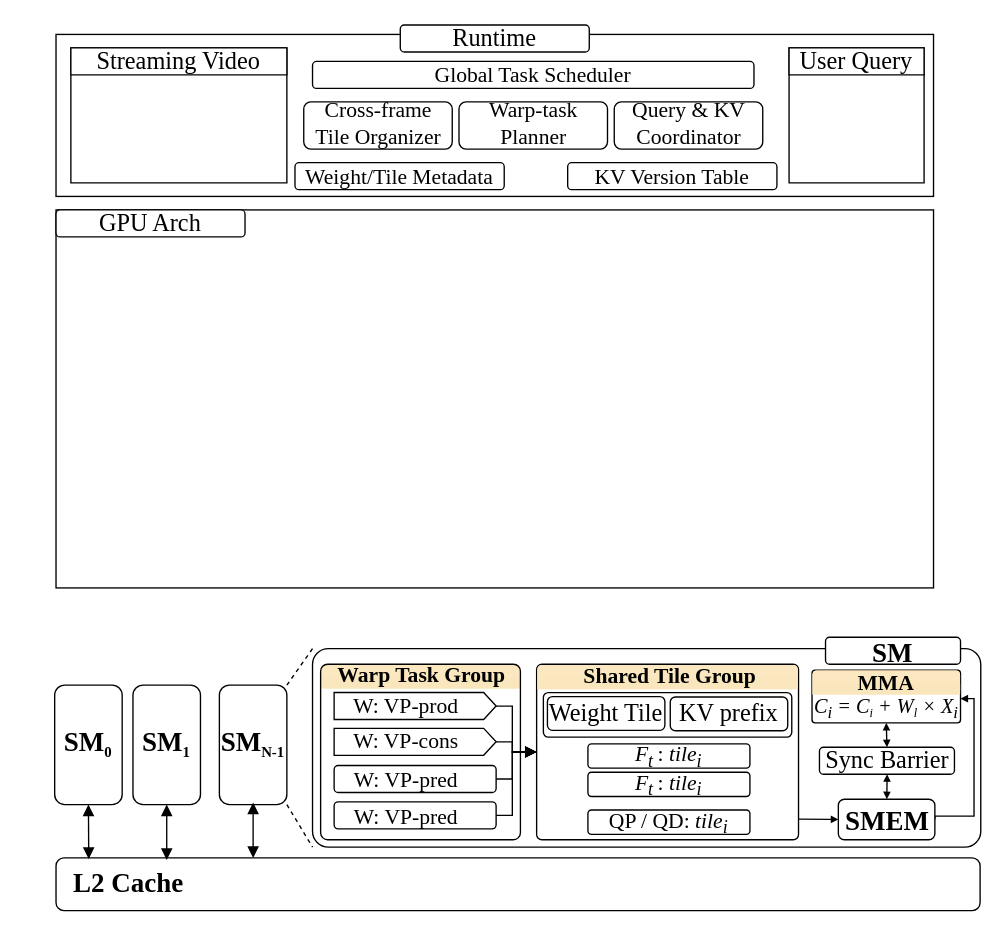
icszhr/CHORD keeps this draw.io diagram as system_overview.drawio. Above is the earlier version. Source tidied: cells renumbered, new cells numbered last; positions are measured from the earlier drawing's top-left corner, leaving out a move shared by most shapes. Both pictures are drawn from the tidied source at 135%, with x=0, y=0 at pixel (54, 24).
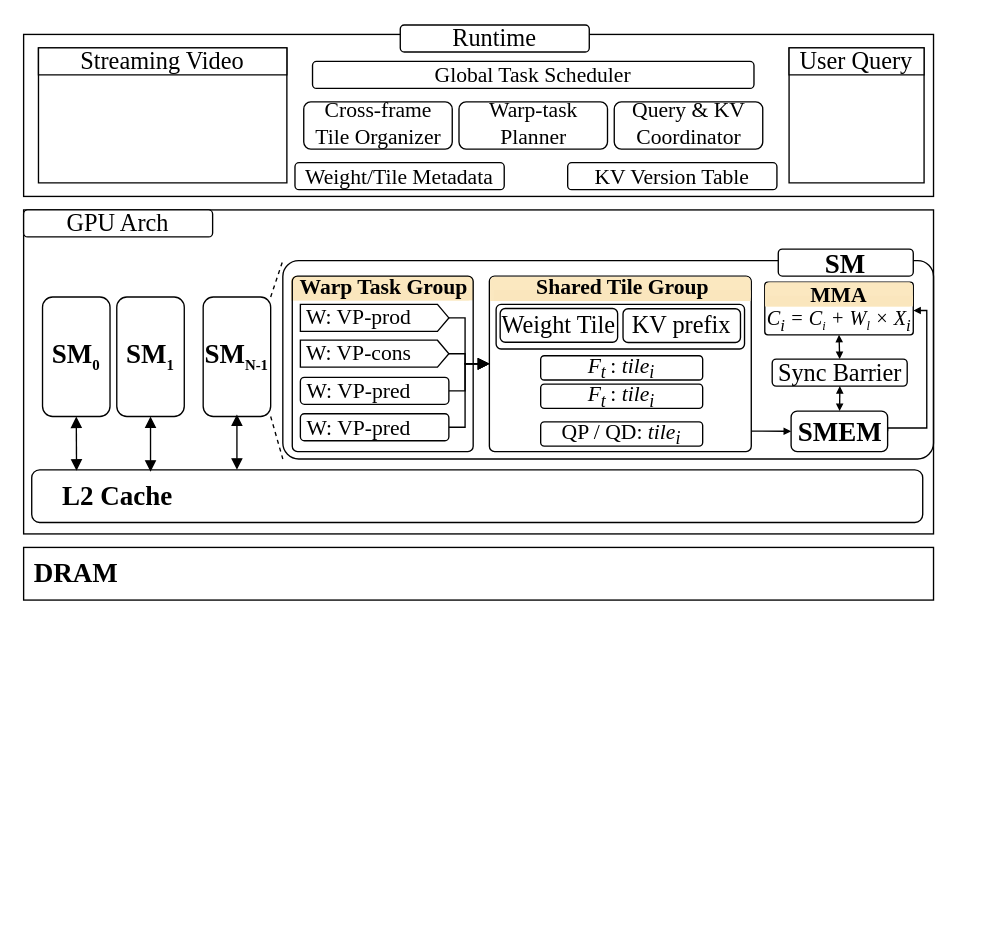
Above is the later version.

The edit, as a diff of the source:
```diff
@@
+    <mxCell id="20" style="rounded=0;whiteSpace=wrap;html=1;" parent="1" vertex="1">
+      <mxGeometry x="-23" y="137" width="674" height="240" as="geometry" />
+    </mxCell>
     <mxCell id="2" style="rounded=1;whiteSpace=wrap;html=1;roundedPerimeter=1;arcSize=8;fillColor=none;" parent="1" vertex="1">
-      <mxGeometry x="191" y="462" width="495" height="147" as="geometry" />
+      <mxGeometry x="169" y="174.5" width="482" height="147" as="geometry" />
     </mxCell>
@@
     <mxCell id="4" style="rounded=1;whiteSpace=wrap;html=1;roundedPerimeter=1;arcSize=3;fillColor=none;" parent="1" vertex="1">
-      <mxGeometry x="357" y="473.5" width="194" height="130" as="geometry" />
+      <mxGeometry x="322" y="186" width="194" height="130" as="geometry" />
     </mxCell>
     <mxCell id="5" style="group;" parent="1" vertex="1">
-      <mxGeometry x="197" y="473.5" width="148" height="18" as="geometry" />
+      <mxGeometry x="175" y="186" width="135" height="18" as="geometry" />
     </mxCell>
     <mxCell id="6" style="verticalLabelPosition=bottom;verticalAlign=top;html=1;shape=mxgraph.basic.three_corner_round_rect;dx=1.67;whiteSpace=wrap;labelPerimeter=1;fillColor=light-dark(#fbe8c0, #ededed);strokeColor=none;" parent="5" vertex="1">
-      <mxGeometry width="148" height="18" as="geometry" />
+      <mxGeometry width="135" height="18" as="geometry" />
     </mxCell>
     <mxCell id="7" style="rounded=0;whiteSpace=wrap;html=1;strokeColor=none;fillColor=light-dark(#fae6bd, #ededed);" parent="5" vertex="1">
-      <mxGeometry x="2.2" y="10" width="145.8" height="8" as="geometry" />
+      <mxGeometry x="2" y="10" width="133" height="8" as="geometry" />
     </mxCell>
-    <mxCell id="8" style="rounded=1;whiteSpace=wrap;html=1;roundedPerimeter=1;arcSize=4;fillColor=none;" parent="1" vertex="1">
-      <mxGeometry x="197" y="473.5" width="148" height="130" as="geometry" />
+    <mxCell id="8" style="rounded=1;whiteSpace=wrap;html=1;roundedPerimeter=1;arcSize=3;fillColor=none;" parent="1" vertex="1">
+      <mxGeometry x="176" y="186" width="134" height="130" as="geometry" />
     </mxCell>
     <mxCell id="9" style="rounded=1;whiteSpace=wrap;html=1;roundedPerimeter=1;arcSize=11;fillColor=none;" parent="1" vertex="1">
-      <mxGeometry x="362" y="494.5" width="184" height="33" as="geometry" />
+      <mxGeometry x="327" y="207" width="184" height="33" as="geometry" />
     </mxCell>
     <mxCell id="10" style="group;" parent="1" vertex="1">
-      <mxGeometry x="357.5" y="474" width="193" height="18" as="geometry" />
+      <mxGeometry x="322.5" y="186.5" width="193" height="18" as="geometry" />
     </mxCell>
@@
     <mxCell id="13" style="rounded=0;whiteSpace=wrap;html=1;" parent="1" vertex="1">
-      <mxGeometry x="1" y="7" width="650" height="120" as="geometry" />
+      <mxGeometry x="-23" y="7" width="674" height="120" as="geometry" />
     </mxCell>
@@
-    <mxCell id="20" style="rounded=0;whiteSpace=wrap;html=1;" parent="1" vertex="1">
-      <mxGeometry x="1" y="137" width="650" height="280" as="geometry" />
-    </mxCell>
     <mxCell id="21" value="SM&lt;sub&gt;&lt;font style=&quot;font-size: 11px;&quot;&gt;0&lt;/font&gt;&lt;/sub&gt;" style="rounded=1;whiteSpace=wrap;html=1;roundedPerimeter=1;fontFamily=Times New Roman;fontSize=20;fontStyle=1;" parent="1" vertex="1">
-      <mxGeometry y="489" width="50" height="88.5" as="geometry" />
+      <mxGeometry x="-9" y="201.5" width="50" height="88.5" as="geometry" />
     </mxCell>
     <mxCell id="22" value="SM&lt;sub&gt;&lt;font style=&quot;font-size: 11px;&quot;&gt;1&lt;/font&gt;&lt;/sub&gt;" style="rounded=1;whiteSpace=wrap;html=1;roundedPerimeter=1;fontFamily=Times New Roman;fontSize=20;fontStyle=1;" parent="1" vertex="1">
-      <mxGeometry x="58" y="489" width="50" height="88.5" as="geometry" />
+      <mxGeometry x="46" y="201.5" width="50" height="88.5" as="geometry" />
     </mxCell>
@@
     <mxCell id="25" value="SM&lt;sub&gt;&lt;font style=&quot;font-size: 11px;&quot;&gt;N-1&lt;/font&gt;&lt;/sub&gt;" style="rounded=1;whiteSpace=wrap;html=1;roundedPerimeter=1;fontFamily=Times New Roman;fontSize=20;fontStyle=1;" parent="1" vertex="1">
-      <mxGeometry x="122" y="489" width="50" height="88.5" as="geometry" />
+      <mxGeometry x="110" y="201.5" width="50" height="88.5" as="geometry" />
     </mxCell>
     <mxCell id="26" style="rounded=1;whiteSpace=wrap;html=1;roundedPerimeter=1;" parent="1" vertex="1">
-      <mxGeometry x="1" y="617" width="684.5" height="39" as="geometry" />
+      <mxGeometry x="-17" y="329.5" width="660" height="39" as="geometry" />
     </mxCell>
     <mxCell id="27" style="edgeStyle=orthogonalEdgeStyle;rounded=0;jettySize=auto;html=1;exitX=0.5;exitY=1;exitDx=0;exitDy=0;defaultLabelBackgroundColor=page;labelPadding=0 4;entryX=0;entryY=0.5;entryDx=0;entryDy=0;endArrow=block;endFill=1;" parent="1" edge="1" source="28" target="4">
       <mxGeometry relative="1" as="geometry">
         <Array as="points">
-          <mxPoint x="339" y="504.5" />
-          <mxPoint x="339" y="538.5" />
+          <mxPoint x="304" y="217" />
+          <mxPoint x="304" y="251" />
         </Array>
       </mxGeometry>
     </mxCell>
     <mxCell id="28" style="shape=offPageConnector;whiteSpace=wrap;html=1;rotation=-90;size=0.07692307692307693;" parent="1" vertex="1">
-      <mxGeometry x="257" y="444.5" width="20" height="120" as="geometry" />
+      <mxGeometry x="227" y="162" width="20" height="110" as="geometry" />
     </mxCell>
     <mxCell id="29" value="&lt;div&gt;&lt;sub&gt;&lt;font face=&quot;Times New Roman&quot; style=&quot;font-size: 18px;&quot;&gt;Weight Tile&lt;/font&gt;&lt;/sub&gt;&lt;/div&gt;" style="rounded=1;whiteSpace=wrap;html=1;roundedPerimeter=1;" parent="1" vertex="1">
-      <mxGeometry x="365" y="497.5" width="87" height="25" as="geometry" />
+      <mxGeometry x="330" y="210" width="87" height="25" as="geometry" />
     </mxCell>
     <mxCell id="30" value="&lt;font face=&quot;Times New Roman&quot; style=&quot;font-size: 18px;&quot;&gt;KV prefix&lt;/font&gt;" style="rounded=1;whiteSpace=wrap;html=1;roundedPerimeter=1;" parent="1" vertex="1">
-      <mxGeometry x="456" y="497.8" width="87" height="25" as="geometry" />
+      <mxGeometry x="421" y="210.2" width="87" height="25" as="geometry" />
     </mxCell>
     <mxCell id="31" value="&lt;font style=&quot;font-size: 18px;&quot; face=&quot;Times New Roman&quot;&gt;Sync Barrier&lt;/font&gt;" style="rounded=1;whiteSpace=wrap;html=1;roundedPerimeter=1;" parent="1" vertex="1">
-      <mxGeometry x="566.5" y="535" width="100" height="20" as="geometry" />
+      <mxGeometry x="531.5" y="247.5" width="100" height="20" as="geometry" />
     </mxCell>
     <mxCell id="32" value="F&lt;sub&gt;t&amp;nbsp;&lt;/sub&gt;&lt;span style=&quot;font-style: normal;&quot;&gt;: &lt;/span&gt;tile&lt;sub&gt;i&lt;/sub&gt;" style="rounded=1;whiteSpace=wrap;html=1;roundedPerimeter=1;fontFamily=Times New Roman;fontSize=16;fontStyle=2;" parent="1" vertex="1">
-      <mxGeometry x="395" y="532.5" width="120" height="18" as="geometry" />
+      <mxGeometry x="360" y="245" width="120" height="18" as="geometry" />
     </mxCell>
     <mxCell id="33" style="edgeStyle=orthogonalEdgeStyle;rounded=0;jettySize=auto;html=1;exitX=1;exitY=0.5;exitDx=0;exitDy=0;entryX=0;entryY=0.5;entryDx=0;entryDy=0;defaultLabelBackgroundColor=page;labelPadding=0 4;endArrow=block;endFill=1;" parent="1" edge="1" source="34" target="4">
       <mxGeometry relative="1" as="geometry">
         <Array as="points">
-          <mxPoint x="339" y="558.5" />
-          <mxPoint x="339" y="538.5" />
+          <mxPoint x="304" y="271" />
+          <mxPoint x="304" y="251" />
         </Array>
       </mxGeometry>
     </mxCell>
     <mxCell id="34" style="rounded=1;whiteSpace=wrap;html=1;roundedPerimeter=1;" parent="1" vertex="1">
-      <mxGeometry x="207" y="548.5" width="120" height="20" as="geometry" />
+      <mxGeometry x="182" y="261" width="110" height="20" as="geometry" />
     </mxCell>
@@
     <mxCell id="36" style="edgeStyle=orthogonalEdgeStyle;rounded=0;jettySize=auto;html=1;defaultLabelBackgroundColor=page;labelPadding=0 4;entryX=1;entryY=0.5;entryDx=0;entryDy=0;exitX=1;exitY=0.5;exitDx=0;exitDy=0;endSize=3;endArrow=block;endFill=1;" parent="1" edge="1" source="37" target="60">
       <mxGeometry relative="1" as="geometry">
         <Array as="points">
-          <mxPoint x="652" y="586" />
-          <mxPoint x="681" y="586" />
-          <mxPoint x="681" y="499" />
+          <mxPoint x="617" y="298.5" />
+          <mxPoint x="646" y="298.5" />
+          <mxPoint x="646" y="211.5" />
         </Array>
       </mxGeometry>
     </mxCell>
     <mxCell id="37" value="&lt;font style=&quot;font-size: 20px;&quot; face=&quot;Times New Roman&quot;&gt;&lt;b style=&quot;&quot;&gt;SMEM&lt;/b&gt;&lt;/font&gt;" style="rounded=1;whiteSpace=wrap;html=1;roundedPerimeter=1;" parent="1" vertex="1">
-      <mxGeometry x="580.5" y="573.5" width="71.5" height="30" as="geometry" />
+      <mxGeometry x="545.5" y="286" width="71.5" height="30" as="geometry" />
     </mxCell>
     <mxCell id="38" style="rounded=1;whiteSpace=wrap;html=1;roundedPerimeter=1;arcSize=6;" parent="1" vertex="1">
-      <mxGeometry x="561" y="478" width="110" height="39" as="geometry" />
+      <mxGeometry x="526" y="190.5" width="110" height="39" as="geometry" />
     </mxCell>
     <mxCell id="39" style="verticalLabelPosition=bottom;verticalAlign=top;html=1;shape=mxgraph.basic.rect;fillColor2=none;strokeWidth=1;size=20;indent=5;labelPerimeter=1;" parent="1" vertex="1">
-      <mxGeometry x="12" y="17" width="160" height="100" as="geometry" />
+      <mxGeometry x="-12" y="17" width="184" height="100" as="geometry" />
     </mxCell>
     <mxCell id="40" style="verticalLabelPosition=bottom;verticalAlign=top;html=1;shape=mxgraph.basic.rect;fillColor2=none;strokeWidth=1;size=20;indent=5;labelPerimeter=1;" parent="1" vertex="1">
-      <mxGeometry x="12" y="17" width="160" height="20" as="geometry" />
+      <mxGeometry x="-12" y="17" width="184" height="20" as="geometry" />
     </mxCell>
     <mxCell id="41" value="Streaming Video" style="text;html=1;whiteSpace=wrap;strokeColor=none;fillColor=none;align=center;verticalAlign=middle;rounded=0;fontSize=18;fontFamily=Times New Roman;" parent="1" vertex="1">
-      <mxGeometry x="27" y="17" width="130" height="20" as="geometry" />
+      <mxGeometry x="15" y="17" width="130" height="20" as="geometry" />
     </mxCell>
@@
     <mxCell id="46" value="&lt;span style=&quot;font-size: 18px;&quot;&gt;GPU Arch&lt;/span&gt;" style="rounded=1;whiteSpace=wrap;html=1;roundedPerimeter=1;fontSize=16;fontFamily=Times New Roman;" parent="1" vertex="1">
-      <mxGeometry x="1" y="137" width="140" height="20" as="geometry" />
+      <mxGeometry x="-23" y="137" width="140" height="20" as="geometry" />
     </mxCell>
     <mxCell id="47" value="&lt;b style=&quot;&quot;&gt;&lt;font style=&quot;font-size: 20px;&quot;&gt;SM&lt;/font&gt;&lt;/b&gt;" style="rounded=1;whiteSpace=wrap;html=1;roundedPerimeter=1;fontSize=16;fontFamily=Times New Roman;" parent="1" vertex="1">
-      <mxGeometry x="571" y="453.5" width="100" height="20" as="geometry" />
+      <mxGeometry x="536" y="166" width="100" height="20" as="geometry" />
     </mxCell>
     <mxCell id="48" value="&lt;sub&gt;&lt;span style=&quot;font-size: 16px;&quot;&gt;W: VP-prod&lt;/span&gt;&lt;/sub&gt;" style="text;html=1;whiteSpace=wrap;strokeColor=none;fillColor=none;align=center;verticalAlign=middle;rounded=0;fontFamily=Times New Roman;fontSize=16;" parent="1" vertex="1">
-      <mxGeometry x="219" y="491.5" width="83" height="20" as="geometry" />
+      <mxGeometry x="184" y="204" width="83" height="20" as="geometry" />
     </mxCell>
     <mxCell id="49" style="edgeStyle=orthogonalEdgeStyle;rounded=0;jettySize=auto;html=1;exitX=0.5;exitY=1;exitDx=0;exitDy=0;entryX=0;entryY=0.5;entryDx=0;entryDy=0;defaultLabelBackgroundColor=page;labelPadding=0 4;endArrow=block;endFill=1;" parent="1" edge="1" source="50" target="4">
       <mxGeometry x="0.01" relative="1" as="geometry">
         <Array as="points">
-          <mxPoint x="339" y="531" />
-          <mxPoint x="339" y="538.5" />
+          <mxPoint x="304" y="243.5" />
+          <mxPoint x="304" y="251" />
         </Array>
       </mxGeometry>
     </mxCell>
     <mxCell id="50" style="shape=offPageConnector;whiteSpace=wrap;html=1;rotation=-90;size=0.07692307692307693;" parent="1" vertex="1">
-      <mxGeometry x="257" y="471" width="20" height="120" as="geometry" />
+      <mxGeometry x="227" y="188.5" width="20" height="110" as="geometry" />
     </mxCell>
     <mxCell id="51" value="&lt;sub&gt;&lt;span style=&quot;font-size: 16px;&quot;&gt;W: VP-cons&lt;/span&gt;&lt;/sub&gt;" style="text;html=1;whiteSpace=wrap;strokeColor=none;fillColor=none;align=center;verticalAlign=middle;rounded=0;fontFamily=Times New Roman;fontSize=16;" parent="1" vertex="1">
-      <mxGeometry x="219" y="518" width="83" height="20" as="geometry" />
+      <mxGeometry x="184" y="230.5" width="83" height="20" as="geometry" />
     </mxCell>
     <mxCell id="52" value="&lt;sub&gt;&lt;span style=&quot;font-size: 16px;&quot;&gt;W: VP-pred&lt;/span&gt;&lt;/sub&gt;" style="text;html=1;whiteSpace=wrap;strokeColor=none;fillColor=none;align=center;verticalAlign=middle;rounded=0;fontFamily=Times New Roman;fontSize=16;" parent="1" vertex="1">
-      <mxGeometry x="219" y="546.5" width="83" height="20" as="geometry" />
+      <mxGeometry x="184" y="259" width="83" height="20" as="geometry" />
     </mxCell>
     <mxCell id="53" value="F&lt;sub&gt;t&lt;span style=&quot;font-style: normal;&quot;&gt;&amp;nbsp;&lt;/span&gt;&lt;/sub&gt;&lt;span style=&quot;font-style: normal;&quot;&gt;: &lt;/span&gt;tile&lt;sub&gt;i&lt;/sub&gt;" style="rounded=1;whiteSpace=wrap;html=1;roundedPerimeter=1;fontFamily=Times New Roman;fontSize=16;fontStyle=2;" parent="1" vertex="1">
-      <mxGeometry x="395" y="553.5" width="120" height="18" as="geometry" />
+      <mxGeometry x="360" y="266" width="120" height="18" as="geometry" />
     </mxCell>
     <mxCell id="54" value="&lt;span style=&quot;font-style: normal;&quot;&gt;QP / QD:&lt;/span&gt; tile&lt;sub&gt;i&lt;/sub&gt;" style="rounded=1;whiteSpace=wrap;html=1;roundedPerimeter=1;fontFamily=Times New Roman;fontSize=16;fontStyle=2;" parent="1" vertex="1">
-      <mxGeometry x="395" y="581.5" width="120" height="18" as="geometry" />
+      <mxGeometry x="360" y="294" width="120" height="18" as="geometry" />
     </mxCell>
     <mxCell id="55" style="edgeStyle=orthogonalEdgeStyle;rounded=0;jettySize=auto;html=1;exitX=1;exitY=0.5;exitDx=0;exitDy=0;entryX=0;entryY=0.5;entryDx=0;entryDy=0;defaultLabelBackgroundColor=page;labelPadding=0 4;endArrow=block;endFill=1;" parent="1" edge="1" source="56" target="4">
       <mxGeometry x="0.01" relative="1" as="geometry">
         <Array as="points">
-          <mxPoint x="339" y="585.5" />
-          <mxPoint x="339" y="538.5" />
+          <mxPoint x="304" y="298" />
+          <mxPoint x="304" y="251" />
         </Array>
       </mxGeometry>
     </mxCell>
     <mxCell id="56" style="rounded=1;whiteSpace=wrap;html=1;roundedPerimeter=1;" parent="1" vertex="1">
-      <mxGeometry x="207" y="575.5" width="120" height="20" as="geometry" />
+      <mxGeometry x="182" y="288" width="110" height="20" as="geometry" />
     </mxCell>
     <mxCell id="57" value="&lt;sub&gt;&lt;span style=&quot;font-size: 16px;&quot;&gt;W: VP-pred&lt;/span&gt;&lt;/sub&gt;" style="text;html=1;whiteSpace=wrap;strokeColor=none;fillColor=none;align=center;verticalAlign=middle;rounded=0;fontFamily=Times New Roman;fontSize=16;" parent="1" vertex="1">
-      <mxGeometry x="219" y="573.5" width="83" height="20" as="geometry" />
+      <mxGeometry x="184" y="286" width="83" height="20" as="geometry" />
     </mxCell>
     <mxCell id="58" value="&lt;sub&gt;&lt;span style=&quot;font-size: 16px;&quot;&gt;Warp Task Group&lt;/span&gt;&lt;/sub&gt;" style="text;html=1;whiteSpace=wrap;strokeColor=none;fillColor=none;align=center;verticalAlign=middle;rounded=0;fontFamily=Times New Roman;fontSize=16;fontStyle=1;" parent="1" vertex="1">
-      <mxGeometry x="207" y="469" width="130" height="20" as="geometry" />
+      <mxGeometry x="179" y="181.5" width="130" height="20" as="geometry" />
     </mxCell>
     <mxCell id="59" value="&lt;sub&gt;&lt;span style=&quot;font-size: 16px;&quot;&gt;Shared Tile Group&lt;/span&gt;&lt;/sub&gt;" style="text;html=1;whiteSpace=wrap;strokeColor=none;fillColor=none;align=center;verticalAlign=middle;rounded=0;fontFamily=Times New Roman;fontSize=16;fontStyle=1;" parent="1" vertex="1">
-      <mxGeometry x="391" y="469.5" width="130" height="20" as="geometry" />
+      <mxGeometry x="356" y="182" width="130" height="20" as="geometry" />
     </mxCell>
     <mxCell id="60" value="&lt;i&gt;&lt;span style=&quot;forced-color-adjust: none; color: rgb(0, 0, 0); font-size: 15px; font-variant-ligatures: normal; font-variant-caps: normal; font-weight: 400; letter-spacing: normal; orphans: 2; text-align: center; text-indent: 0px; text-transform: none; widows: 2; word-spacing: 0px; -webkit-text-stroke-width: 0px; white-space: normal; text-decoration-thickness: initial; text-decoration-style: initial; text-decoration-color: initial;&quot;&gt;C&lt;sub style=&quot;&quot;&gt;i&lt;/sub&gt;&lt;/span&gt;&lt;span style=&quot;font-size: 15px; text-align: center;&quot;&gt;&amp;nbsp;=&amp;nbsp;&lt;/span&gt;&lt;span style=&quot;font-size: 15px; text-align: center;&quot;&gt;C&lt;/span&gt;&lt;sub style=&quot;text-align: center;&quot;&gt;i&lt;/sub&gt;&lt;span style=&quot;font-size: 15px; text-align: center;&quot;&gt;&amp;nbsp;+ W&lt;/span&gt;&lt;span style=&quot;text-align: center;&quot;&gt;&lt;sub&gt;l&lt;/sub&gt;&lt;/span&gt;&lt;span style=&quot;font-size: 15px; text-align: center;&quot;&gt;&amp;nbsp;× X&lt;sub&gt;i&lt;/sub&gt;&lt;/span&gt;&lt;/i&gt;" style="text;whiteSpace=wrap;html=1;fontFamily=Times New Roman;fontSize=11;" parent="1" vertex="1">
-      <mxGeometry x="561" y="489" width="110" height="20" as="geometry" />
+      <mxGeometry x="526" y="201.5" width="110" height="20" as="geometry" />
     </mxCell>
     <mxCell id="61" style="group;" parent="1" vertex="1">
-      <mxGeometry x="561.2" y="478" width="109.5" height="18" as="geometry" />
+      <mxGeometry x="526.2" y="190.5" width="109.5" height="18" as="geometry" />
     </mxCell>
@@
     <mxCell id="64" value="&lt;sub&gt;&lt;span style=&quot;font-size: 16px;&quot;&gt;MMA&lt;/span&gt;&lt;/sub&gt;" style="text;html=1;whiteSpace=wrap;strokeColor=none;fillColor=none;align=center;verticalAlign=middle;rounded=0;fontFamily=Times New Roman;fontSize=16;fontStyle=1;" parent="1" vertex="1">
-      <mxGeometry x="591" y="475" width="50" height="20" as="geometry" />
+      <mxGeometry x="556" y="187.5" width="50" height="20" as="geometry" />
     </mxCell>
@@
     <mxCell id="66" value="&lt;b style=&quot;forced-color-adjust: none; color: rgb(0, 0, 0); font-family: &amp;quot;Times New Roman&amp;quot;; font-size: 16px; font-style: normal; font-variant-ligatures: normal; font-variant-caps: normal; letter-spacing: normal; orphans: 2; text-align: center; text-indent: 0px; text-transform: none; widows: 2; word-spacing: 0px; -webkit-text-stroke-width: 0px; white-space: normal; text-decoration-thickness: initial; text-decoration-style: initial; text-decoration-color: initial;&quot;&gt;&lt;font style=&quot;forced-color-adjust: none; font-size: 20px;&quot;&gt;L2 Cache&lt;/font&gt;&lt;/b&gt;" style="text;whiteSpace=wrap;html=1;" parent="1" vertex="1">
-      <mxGeometry x="12" y="617" width="87" height="30" as="geometry" />
+      <mxGeometry x="3.5" y="329.5" width="87" height="30" as="geometry" />
     </mxCell>
-    <mxCell id="67" style="rounded=0;jettySize=auto;html=1;exitX=0.5;exitY=1;exitDx=0;exitDy=0;entryX=0.152;entryY=0.025;entryDx=0;entryDy=0;entryPerimeter=0;defaultLabelBackgroundColor=page;labelPadding=0 4;startArrow=block;startFill=1;endArrow=block;endFill=1;" parent="1" edge="1" source="21" target="66">
-      <mxGeometry relative="1" as="geometry" />
+    <mxCell id="67" style="rounded=0;jettySize=auto;html=1;exitX=0.5;exitY=1;exitDx=0;exitDy=0;entryX=0.152;entryY=0.025;entryDx=0;entryDy=0;entryPerimeter=0;defaultLabelBackgroundColor=page;labelPadding=0 4;startArrow=block;startFill=1;endArrow=block;endFill=1;" parent="1" edge="1" source="21">
+      <mxGeometry relative="1" as="geometry">
+        <mxPoint x="16.2" y="330.2" as="targetPoint" />
+      </mxGeometry>
     </mxCell>
     <mxCell id="68" style="rounded=0;orthogonalLoop=1;jettySize=auto;html=1;exitX=0.5;exitY=1;exitDx=0;exitDy=0;entryX=0.152;entryY=0.025;entryDx=0;entryDy=0;entryPerimeter=0;defaultLabelBackgroundColor=page;labelPadding=0 4;startArrow=block;startFill=1;endArrow=block;endFill=1;" parent="1" edge="1">
       <mxGeometry relative="1" as="geometry">
-        <mxPoint x="83" y="577.5" as="sourcePoint" />
-        <mxPoint x="83" y="618.5" as="targetPoint" />
+        <mxPoint x="71" y="290" as="sourcePoint" />
+        <mxPoint x="71" y="331" as="targetPoint" />
       </mxGeometry>
     </mxCell>
     <mxCell id="69" style="rounded=0;orthogonalLoop=1;jettySize=auto;html=1;exitX=0.5;exitY=1;exitDx=0;exitDy=0;entryX=0.152;entryY=0.025;entryDx=0;entryDy=0;entryPerimeter=0;defaultLabelBackgroundColor=page;labelPadding=0 4;startArrow=block;startFill=1;endArrow=block;endFill=1;" parent="1" edge="1">
       <mxGeometry relative="1" as="geometry">
-        <mxPoint x="147" y="576" as="sourcePoint" />
-        <mxPoint x="147" y="617" as="targetPoint" />
+        <mxPoint x="135" y="288.5" as="sourcePoint" />
+        <mxPoint x="135" y="329.5" as="targetPoint" />
       </mxGeometry>
     </mxCell>
+    <mxCell id="70" style="rounded=0;whiteSpace=wrap;html=1;" parent="1" vertex="1">
+      <mxGeometry x="-23" y="387" width="674" height="39" as="geometry" />
+    </mxCell>
+    <mxCell id="71" value="&lt;div style=&quot;text-align: center;&quot;&gt;&lt;span style=&quot;background-color: transparent; color: light-dark(#000000, var(--ge-light-color, #ffffff)); font-size: 20px;&quot;&gt;&lt;font face=&quot;Times New Roman&quot;&gt;&lt;b&gt;DRAM&lt;/b&gt;&lt;/font&gt;&lt;/span&gt;&lt;/div&gt;" style="text;whiteSpace=wrap;html=1;" parent="1" vertex="1">
+      <mxGeometry x="-17" y="387" width="87" height="30" as="geometry" />
+    </mxCell>
```
